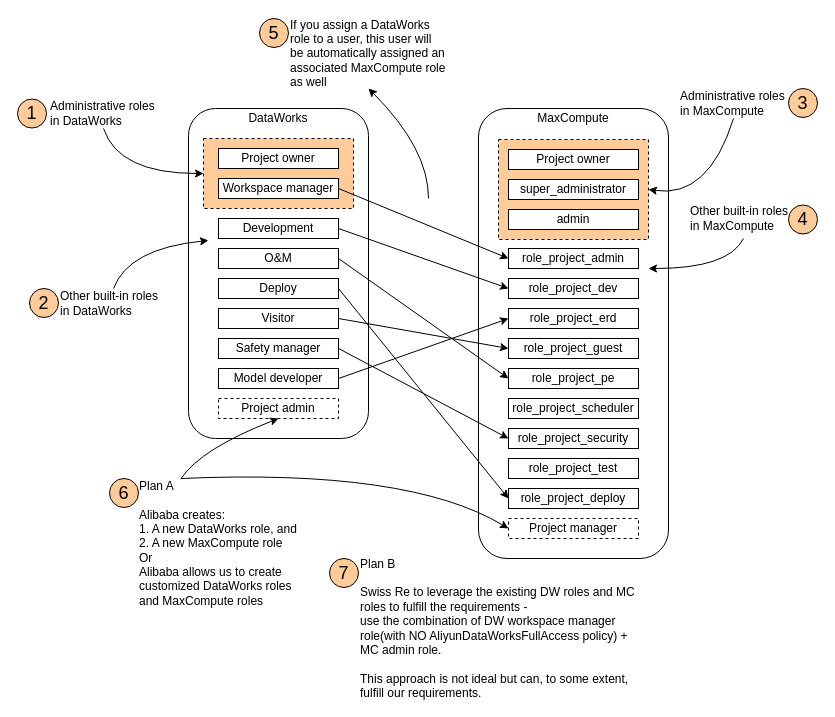
Earlier version of the draw.io diagram user_role_model.drawio (huangdgm/webstore-v2.0). Source tidied: cells renumbered, new cells numbered last; positions are measured from the earlier drawing's top-left corner, leaving out a move shared by most shapes. Both pictures are drawn from the tidied source at 100%, with x=0, y=0 at pixel (17, 18).
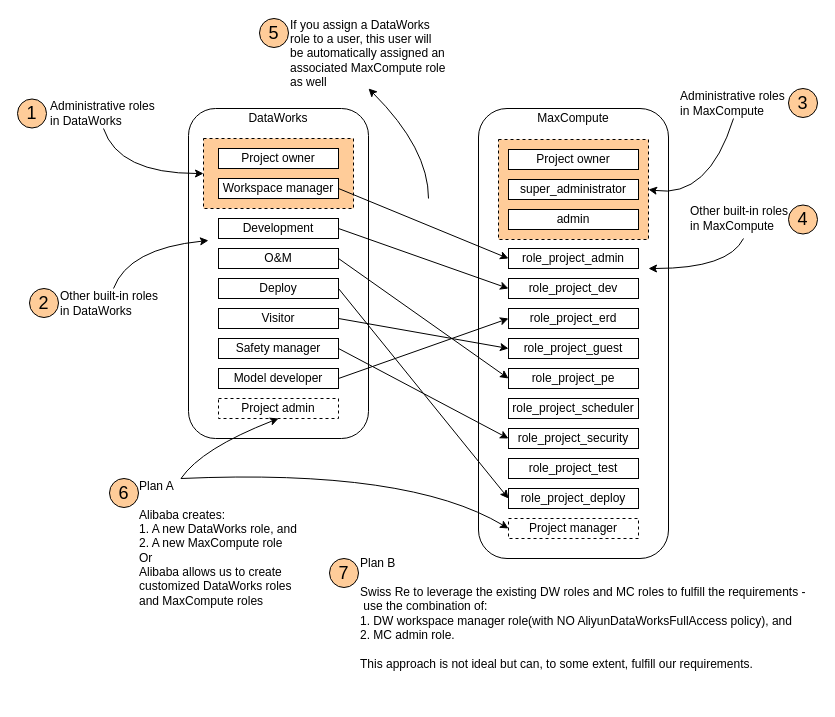
The same page after the edit.

The edit, as a diff of the source:
```diff
@@
-    <mxCell id="56" value="Plan B&lt;br&gt;&lt;br&gt;Swiss Re to leverage the existing DW roles and MC roles to fulfill the requirements -&amp;nbsp;&lt;br&gt;use the combination of DW workspace manager role(with NO AliyunDataWorksFullAccess policy) + MC admin role.&lt;br&gt;&lt;br&gt;This approach is not ideal but can, to some extent, fulfill our requirements.&amp;nbsp;" style="text;html=1;strokeColor=none;fillColor=none;align=left;verticalAlign=middle;whiteSpace=wrap;rounded=0;" parent="1" vertex="1">
-      <mxGeometry x="341" y="540" width="290" height="140" as="geometry" />
+    <mxCell id="56" value="Plan B&lt;br&gt;&lt;br&gt;Swiss Re to leverage the existing DW roles and MC roles to fulfill the requirements -&amp;nbsp;use the combination of:&lt;br&gt;1. DW workspace manager role(with NO AliyunDataWorksFullAccess policy), and&amp;nbsp;&lt;br&gt;2. MC admin role.&lt;br&gt;&lt;br&gt;This approach is not ideal but can, to some extent, fulfill our requirements.&amp;nbsp;" style="text;html=1;strokeColor=none;fillColor=none;align=left;verticalAlign=middle;whiteSpace=wrap;rounded=0;" parent="1" vertex="1">
+      <mxGeometry x="341" y="540" width="450" height="110" as="geometry" />
     </mxCell>
```
